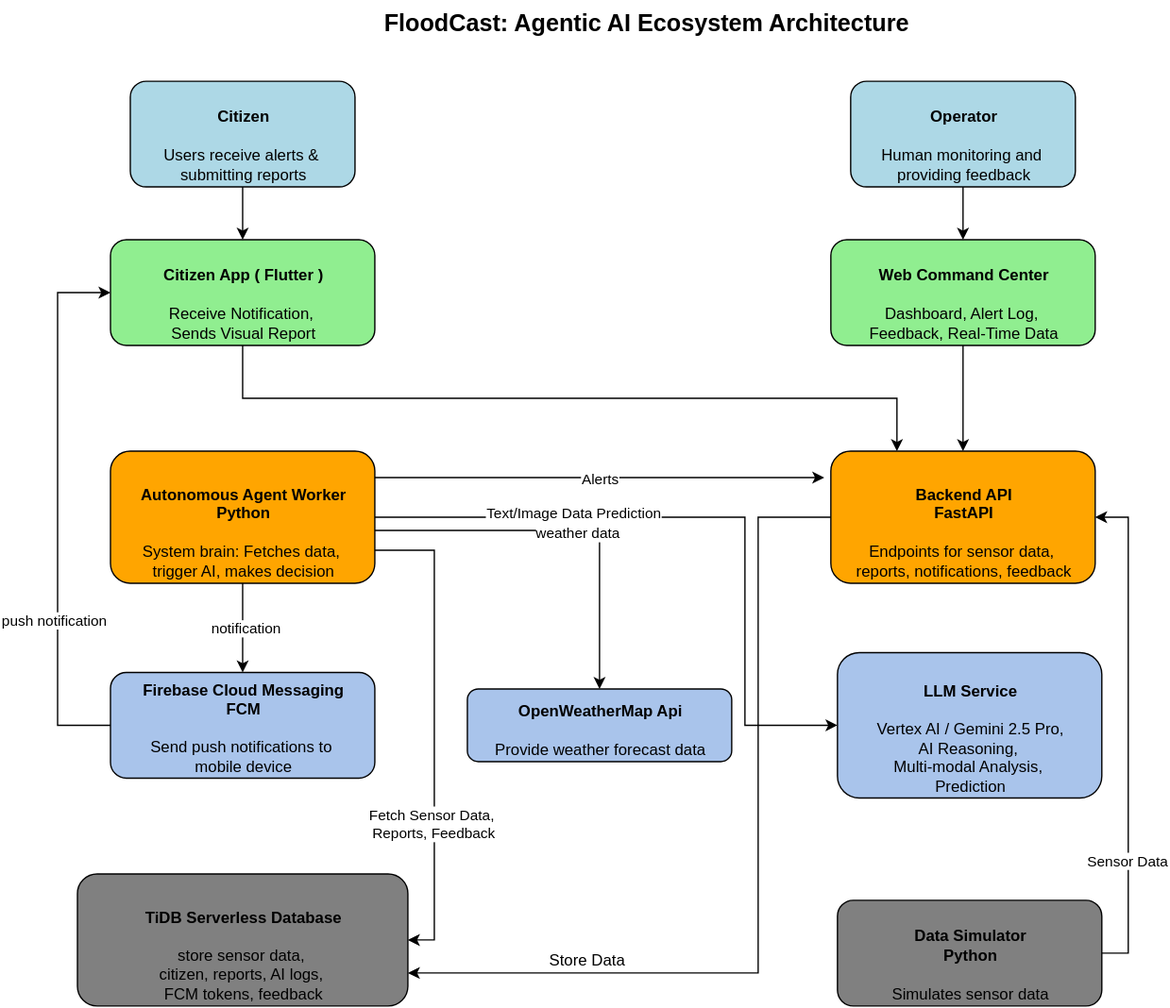
Above: assets/architecture.svg in tegezc/agen-lingkungan-hackathon (draw.io), before the change. Source tidied: cells renumbered, new cells last; positions are measured from the earlier drawing's top-left corner, leaving out a move shared by most shapes.
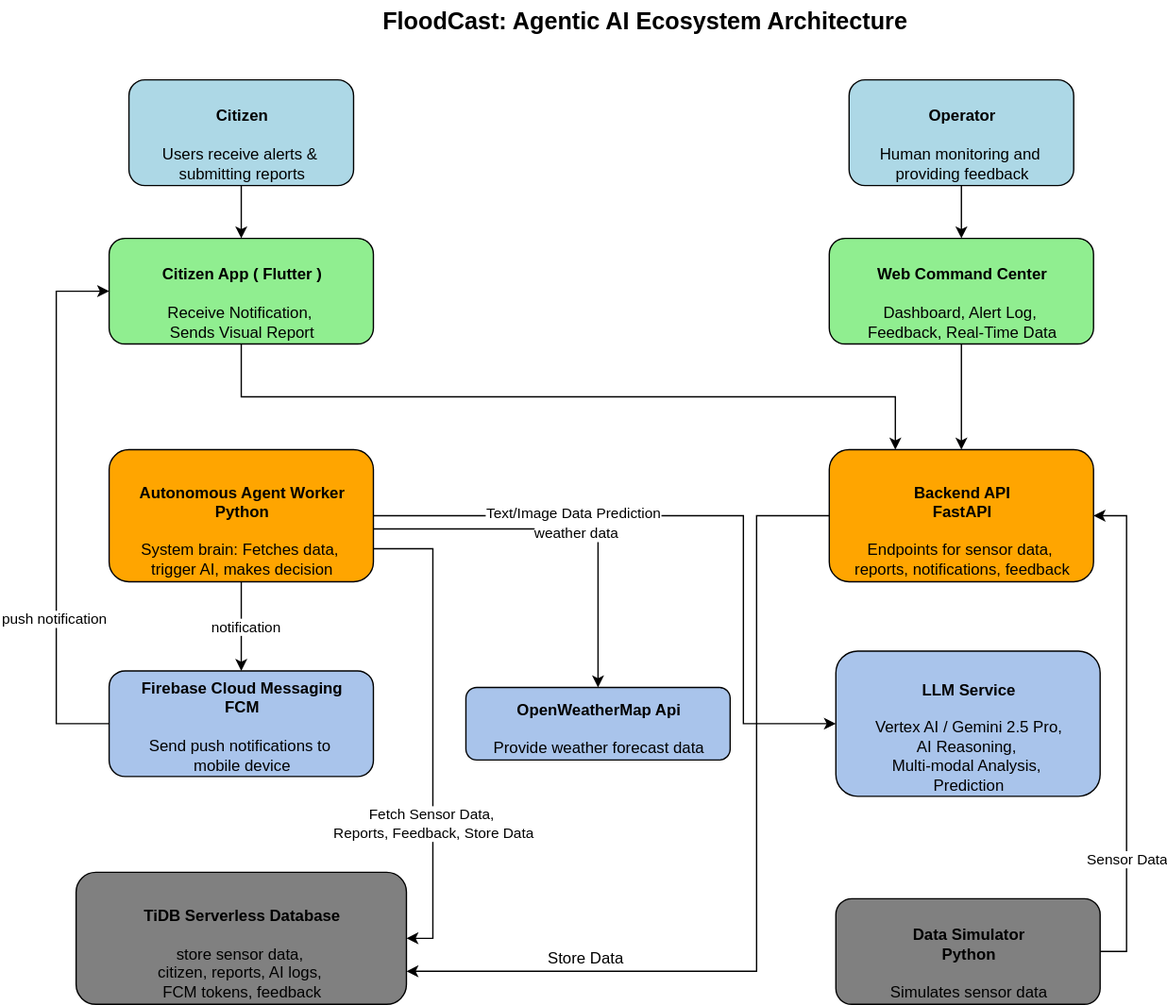
After the change.

Diff of the diagram source:
```diff
@@ -39,21 +39,12 @@
     <mxCell id="12" value="weather data" style="edgeLabel;html=1;align=center;verticalAlign=middle;" parent="11" vertex="1">
       <mxGeometry x="0.05" y="-2" relative="1" as="geometry" />
     </mxCell>
-    <mxCell id="13" style="edgeStyle=orthogonalEdgeStyle;rounded=0;orthogonalLoop=1;jettySize=auto;html=1;exitX=1;exitY=0.5;exitDx=0;exitDy=0;" parent="1" edge="1">
-      <mxGeometry relative="1" as="geometry">
-        <mxPoint x="240" y="360" as="sourcePoint" />
-        <mxPoint x="580" y="360" as="targetPoint" />
-      </mxGeometry>
-    </mxCell>
-    <mxCell id="14" value="Alerts" style="edgeLabel;html=1;align=center;verticalAlign=middle;" parent="13" vertex="1">
-      <mxGeometry x="-0.01" y="-1" relative="1" as="geometry" />
-    </mxCell>
     <mxCell id="15" style="edgeStyle=orthogonalEdgeStyle;rounded=0;jettySize=auto;html=1;exitX=1;exitY=0.75;exitDx=0;exitDy=0;entryX=1;entryY=0.5;entryDx=0;entryDy=0;" parent="1" edge="1" source="21" target="25">
       <mxGeometry relative="1" as="geometry" />
     </mxCell>
-    <mxCell id="16" value="Fetch Sensor Data,&amp;nbsp;&lt;div&gt;Reports, Feedback&lt;/div&gt;" style="edgeLabel;html=1;align=center;verticalAlign=middle;" parent="15" vertex="1">
-      <mxGeometry x="0.4" y="-1" relative="1" as="geometry" />
-    </mxCell>
+    <mxCell id="34" value="Fetch Sensor Data,&amp;nbsp;&lt;div&gt;Reports, Feedback, Store Data&lt;/div&gt;" style="edgeLabel;html=1;align=center;verticalAlign=middle;" parent="15" vertex="1">
+      <mxGeometry x="0.4" y="-1" relative="1" as="geometry" />
+    </mxCell>
     <mxCell id="17" style="edgeStyle=orthogonalEdgeStyle;rounded=0;jettySize=auto;html=1;exitX=0.5;exitY=1;exitDx=0;exitDy=0;entryX=0.5;entryY=0;entryDx=0;entryDy=0;" parent="1" edge="1" source="21" target="31">
       <mxGeometry relative="1" as="geometry" />
     </mxCell>
```
